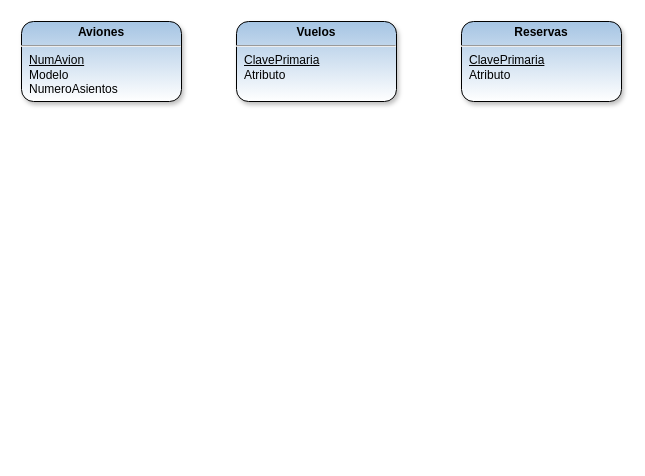
charlyglez2035/charlyglez2035 keeps this draw.io diagram as AerolineaBD.drawio. Above is the earlier version. Source tidied: cells renumbered, new cells numbered last; positions are measured from the earlier drawing's top-left corner, leaving out a move shared by most shapes. Both pictures are drawn from the tidied source at 100%, with x=0, y=0 at pixel (21, 21).
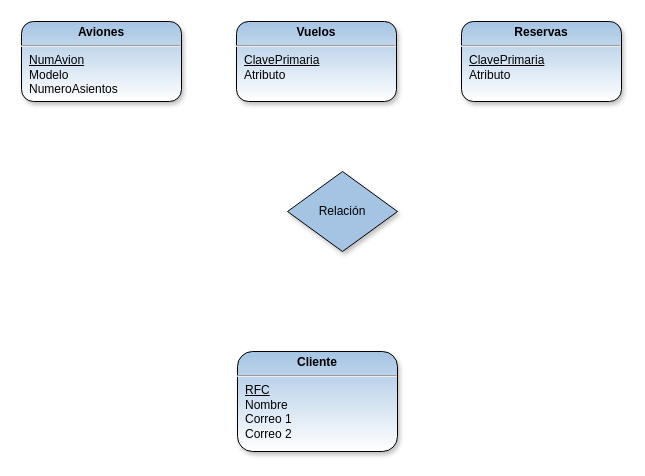
Above is the later version.

Change to the diagram source:
```diff
@@
 <mxGraphModel>
   <root>
     <mxCell id="0" />
     <mxCell id="1" parent="0" />
     <mxCell id="2" value="&lt;p style=&quot;text-align: center ; margin: 4px 0px 0px&quot;&gt;&lt;b&gt;Aviones&lt;/b&gt;&lt;/p&gt;&lt;hr&gt;&lt;p style=&quot;margin: 0px ; margin-left: 8px&quot;&gt;&lt;u&gt;NumAvion&lt;/u&gt;&lt;/p&gt;&lt;p style=&quot;margin: 0px ; margin-left: 8px&quot;&gt;Modelo&lt;/p&gt;&lt;p style=&quot;margin: 0px ; margin-left: 8px&quot;&gt;NumeroAsientos&lt;/p&gt;" style="verticalAlign=top;align=left;overflow=fill;fontSize=12;fontFamily=Helvetica;html=1;gradientDirection=south;rounded=1;shadow=1;sketch=0;glass=0;strokeColor=#000000;fillColor=#a5c4e3;gradientColor=#ffffff;" parent="1" vertex="1">
       <mxGeometry width="160" height="80" as="geometry" />
     </mxCell>
     <mxCell id="3" value="&lt;p style=&quot;text-align: center ; margin: 4px 0px 0px&quot;&gt;&lt;b&gt;Vuelos&lt;/b&gt;&lt;/p&gt;&lt;hr&gt;&lt;p style=&quot;margin: 0px ; margin-left: 8px&quot;&gt;&lt;u&gt;ClavePrimaria&lt;/u&gt;&lt;br&gt;&lt;/p&gt;&lt;p style=&quot;margin: 0px ; margin-left: 8px&quot;&gt;Atributo&lt;/p&gt;" style="verticalAlign=top;align=left;overflow=fill;fontSize=12;fontFamily=Helvetica;html=1;gradientDirection=south;rounded=1;shadow=1;sketch=0;glass=0;strokeColor=#000000;fillColor=#a5c4e3;gradientColor=#ffffff;" parent="1" vertex="1">
       <mxGeometry x="215" width="160" height="80" as="geometry" />
     </mxCell>
     <mxCell id="4" value="&lt;p style=&quot;text-align: center ; margin: 4px 0px 0px&quot;&gt;&lt;b&gt;Reservas&lt;/b&gt;&lt;/p&gt;&lt;hr&gt;&lt;p style=&quot;margin: 0px ; margin-left: 8px&quot;&gt;&lt;u&gt;ClavePrimaria&lt;/u&gt;&lt;br&gt;&lt;/p&gt;&lt;p style=&quot;margin: 0px ; margin-left: 8px&quot;&gt;Atributo&lt;/p&gt;" style="verticalAlign=top;align=left;overflow=fill;fontSize=12;fontFamily=Helvetica;html=1;gradientDirection=south;rounded=1;shadow=1;sketch=0;glass=0;strokeColor=#000000;fillColor=#a5c4e3;gradientColor=#ffffff;" parent="1" vertex="1">
       <mxGeometry x="440" width="160" height="80" as="geometry" />
     </mxCell>
+    <mxCell id="5" value="&lt;p style=&quot;text-align: center ; margin: 4px 0px 0px&quot;&gt;&lt;b&gt;Cliente&lt;/b&gt;&lt;/p&gt;&lt;hr&gt;&lt;p style=&quot;margin: 0px ; margin-left: 8px&quot;&gt;&lt;u&gt;RFC&lt;/u&gt;&lt;/p&gt;&lt;p style=&quot;margin: 0px ; margin-left: 8px&quot;&gt;Nombre&lt;/p&gt;&lt;p style=&quot;margin: 0px ; margin-left: 8px&quot;&gt;Correo 1&lt;/p&gt;&lt;p style=&quot;margin: 0px ; margin-left: 8px&quot;&gt;Correo 2&lt;/p&gt;" style="verticalAlign=top;align=left;overflow=fill;fontSize=12;fontFamily=Helvetica;html=1;gradientDirection=south;rounded=1;shadow=1;sketch=0;glass=0;strokeColor=#000000;fillColor=#a5c4e3;gradientColor=#ffffff;" parent="1" vertex="1">
+      <mxGeometry x="216" y="330" width="160" height="100" as="geometry" />
+    </mxCell>
+    <mxCell id="6" value="Relación" style="shape=rhombus;perimeter=rhombusPerimeter;whiteSpace=wrap;html=1;align=center;rounded=0;shadow=1;glass=0;sketch=0;strokeColor=#000000;fillColor=#a5c4e3;" parent="1" vertex="1">
+      <mxGeometry x="266" y="150" width="110" height="80" as="geometry" />
+    </mxCell>
   </root>
 </mxGraphModel>
```
